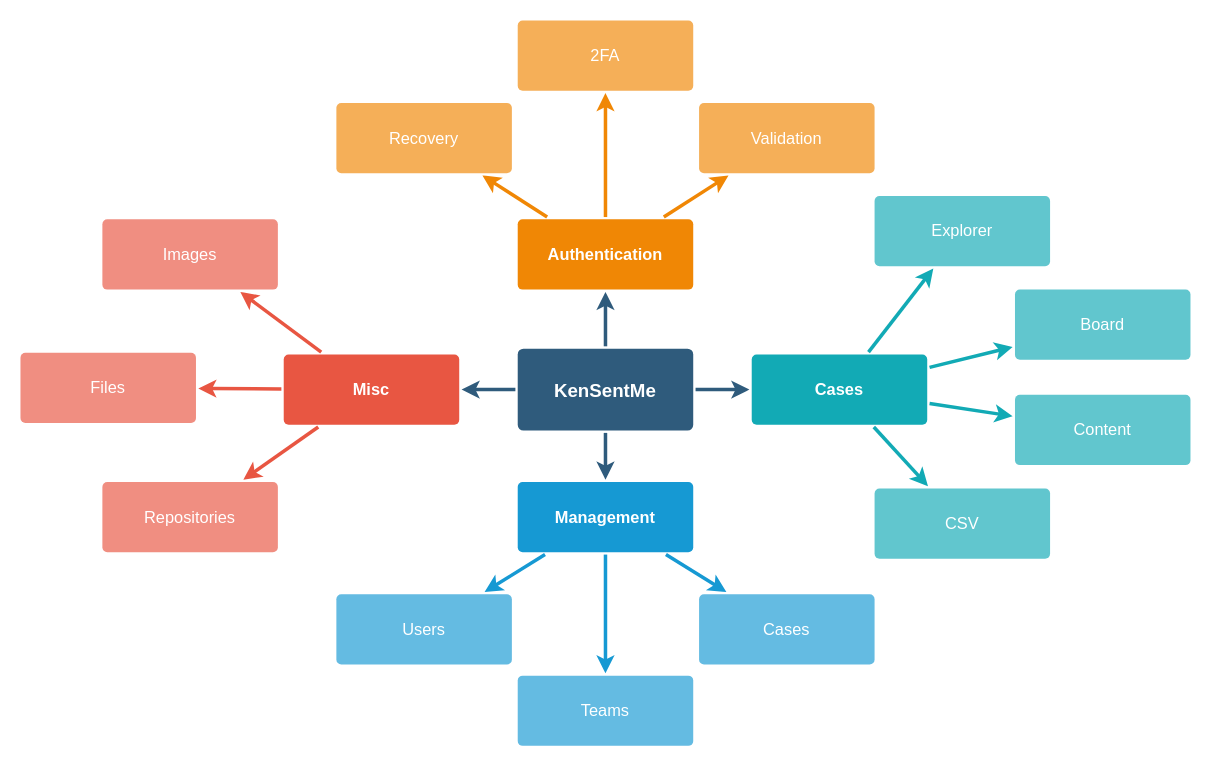
xQsme/report-MCIF keeps this draw.io diagram as imgs/services.drawio. Above is the earlier version. Source tidied: cells renumbered, new cells numbered last; positions are measured from the earlier drawing's top-left corner, leaving out a move shared by most shapes. Both pictures are drawn from the tidied source at 117%, with x=0, y=0 at pixel (20, 20).
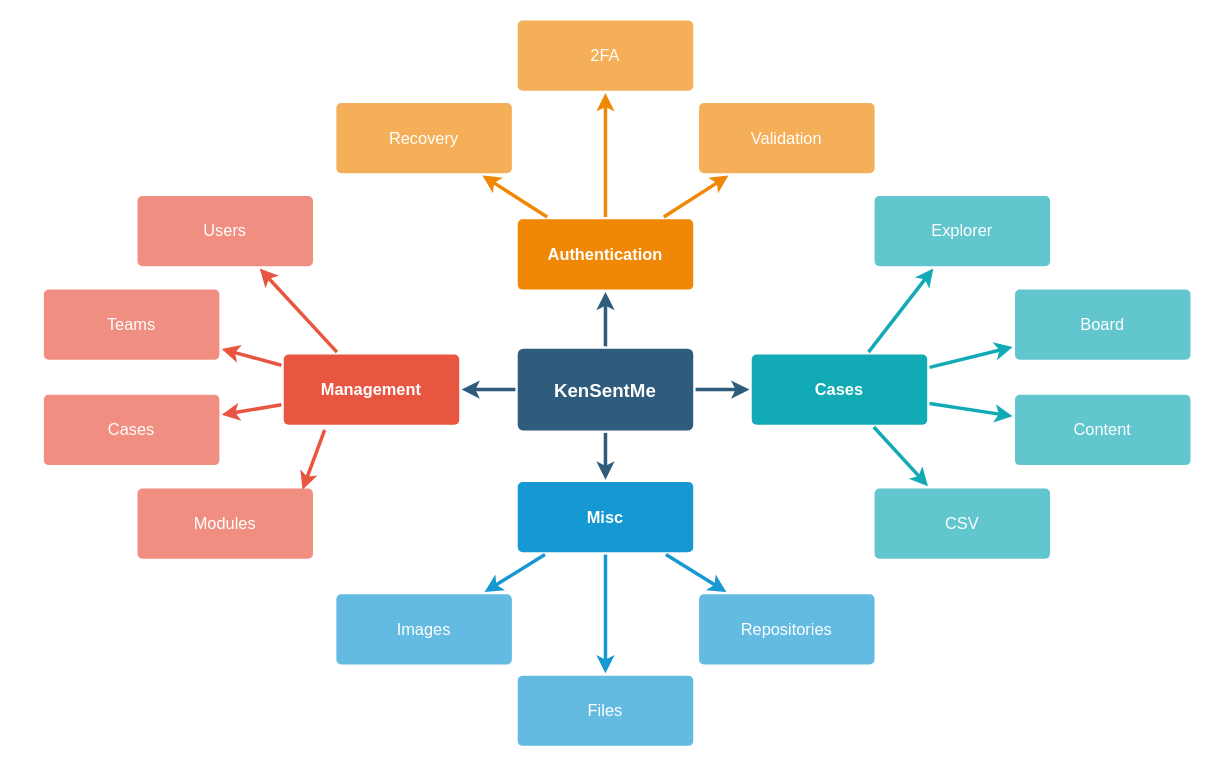
Above is the later version.

Commit message (it also covers changes not shown here):
updated services diagram

The edit, as a diff of the source:
```diff
@@
-    <mxCell id="10" value="Misc" style="rounded=1;whiteSpace=wrap;html=1;shadow=0;labelBackgroundColor=none;strokeColor=none;strokeWidth=3;fillColor=#e85642;fontFamily=Helvetica;fontSize=14;fontColor=#FFFFFF;align=center;spacing=5;fontStyle=1;arcSize=7;perimeterSpacing=2;" parent="1" vertex="1">
+    <mxCell id="10" value="Management" style="rounded=1;whiteSpace=wrap;html=1;shadow=0;labelBackgroundColor=none;strokeColor=none;strokeWidth=3;fillColor=#e85642;fontFamily=Helvetica;fontSize=14;fontColor=#FFFFFF;align=center;spacing=5;fontStyle=1;arcSize=7;perimeterSpacing=2;" parent="1" vertex="1">
       <mxGeometry x="225" y="285.5" width="150" height="60" as="geometry" />
     </mxCell>
-    <mxCell id="11" value="Repositories" style="rounded=1;whiteSpace=wrap;html=1;shadow=0;labelBackgroundColor=none;strokeColor=none;strokeWidth=3;fillColor=#f08e81;fontFamily=Helvetica;fontSize=14;fontColor=#FFFFFF;align=center;spacing=5;fontStyle=0;arcSize=7;perimeterSpacing=2;" parent="1" vertex="1">
-      <mxGeometry x="70" y="394.5" width="150" height="60" as="geometry" />
+    <mxCell id="11" value="Cases" style="rounded=1;whiteSpace=wrap;html=1;shadow=0;labelBackgroundColor=none;strokeColor=none;strokeWidth=3;fillColor=#f08e81;fontFamily=Helvetica;fontSize=14;fontColor=#FFFFFF;align=center;spacing=5;fontStyle=0;arcSize=7;perimeterSpacing=2;" parent="1" vertex="1">
+      <mxGeometry x="20" y="320" width="150" height="60" as="geometry" />
     </mxCell>
-    <mxCell id="12" value="Files" style="rounded=1;whiteSpace=wrap;html=1;shadow=0;labelBackgroundColor=none;strokeColor=none;strokeWidth=3;fillColor=#f08e81;fontFamily=Helvetica;fontSize=14;fontColor=#FFFFFF;align=center;spacing=5;fontStyle=0;arcSize=7;perimeterSpacing=2;" parent="1" vertex="1">
-      <mxGeometry y="284" width="150" height="60" as="geometry" />
+    <mxCell id="12" value="Teams" style="rounded=1;whiteSpace=wrap;html=1;shadow=0;labelBackgroundColor=none;strokeColor=none;strokeWidth=3;fillColor=#f08e81;fontFamily=Helvetica;fontSize=14;fontColor=#FFFFFF;align=center;spacing=5;fontStyle=0;arcSize=7;perimeterSpacing=2;" parent="1" vertex="1">
+      <mxGeometry x="20" y="230" width="150" height="60" as="geometry" />
     </mxCell>
-    <mxCell id="13" value="Images" style="rounded=1;whiteSpace=wrap;html=1;shadow=0;labelBackgroundColor=none;strokeColor=none;strokeWidth=3;fillColor=#f08e81;fontFamily=Helvetica;fontSize=14;fontColor=#FFFFFF;align=center;spacing=5;fontStyle=0;arcSize=7;perimeterSpacing=2;" parent="1" vertex="1">
-      <mxGeometry x="70" y="170" width="150" height="60" as="geometry" />
+    <mxCell id="13" value="Users" style="rounded=1;whiteSpace=wrap;html=1;shadow=0;labelBackgroundColor=none;strokeColor=none;strokeWidth=3;fillColor=#f08e81;fontFamily=Helvetica;fontSize=14;fontColor=#FFFFFF;align=center;spacing=5;fontStyle=0;arcSize=7;perimeterSpacing=2;" parent="1" vertex="1">
+      <mxGeometry x="100" y="150" width="150" height="60" as="geometry" />
     </mxCell>
@@
-    <mxCell id="17" value="Management" style="rounded=1;whiteSpace=wrap;html=1;shadow=0;labelBackgroundColor=none;strokeColor=none;strokeWidth=3;fillColor=#1699d3;fontFamily=Helvetica;fontSize=14;fontColor=#FFFFFF;align=center;spacing=5;fontStyle=1;arcSize=7;perimeterSpacing=2;" parent="1" vertex="1">
+    <mxCell id="17" value="Misc" style="rounded=1;whiteSpace=wrap;html=1;shadow=0;labelBackgroundColor=none;strokeColor=none;strokeWidth=3;fillColor=#1699d3;fontFamily=Helvetica;fontSize=14;fontColor=#FFFFFF;align=center;spacing=5;fontStyle=1;arcSize=7;perimeterSpacing=2;" parent="1" vertex="1">
       <mxGeometry x="425" y="394.5" width="150" height="60" as="geometry" />
     </mxCell>
-    <mxCell id="18" value="&lt;div&gt;Cases&lt;/div&gt;" style="rounded=1;whiteSpace=wrap;html=1;shadow=0;labelBackgroundColor=none;strokeColor=none;strokeWidth=3;fillColor=#64bbe2;fontFamily=Helvetica;fontSize=14;fontColor=#FFFFFF;align=center;spacing=5;arcSize=7;perimeterSpacing=2;" parent="1" vertex="1">
+    <mxCell id="18" value="Repositories" style="rounded=1;whiteSpace=wrap;html=1;shadow=0;labelBackgroundColor=none;strokeColor=none;strokeWidth=3;fillColor=#64bbe2;fontFamily=Helvetica;fontSize=14;fontColor=#FFFFFF;align=center;spacing=5;arcSize=7;perimeterSpacing=2;" parent="1" vertex="1">
       <mxGeometry x="580" y="490.5" width="150" height="60" as="geometry" />
     </mxCell>
-    <mxCell id="19" value="Teams" style="rounded=1;whiteSpace=wrap;html=1;shadow=0;labelBackgroundColor=none;strokeColor=none;strokeWidth=3;fillColor=#64bbe2;fontFamily=Helvetica;fontSize=14;fontColor=#FFFFFF;align=center;spacing=5;arcSize=7;perimeterSpacing=2;" parent="1" vertex="1">
+    <mxCell id="19" value="Files" style="rounded=1;whiteSpace=wrap;html=1;shadow=0;labelBackgroundColor=none;strokeColor=none;strokeWidth=3;fillColor=#64bbe2;fontFamily=Helvetica;fontSize=14;fontColor=#FFFFFF;align=center;spacing=5;arcSize=7;perimeterSpacing=2;" parent="1" vertex="1">
       <mxGeometry x="425" y="560" width="150" height="60" as="geometry" />
     </mxCell>
-    <mxCell id="20" value="Users" style="rounded=1;whiteSpace=wrap;html=1;shadow=0;labelBackgroundColor=none;strokeColor=none;strokeWidth=3;fillColor=#64bbe2;fontFamily=Helvetica;fontSize=14;fontColor=#FFFFFF;align=center;spacing=5;arcSize=7;perimeterSpacing=2;" parent="1" vertex="1">
+    <mxCell id="20" value="&lt;div&gt;Images&lt;/div&gt;" style="rounded=1;whiteSpace=wrap;html=1;shadow=0;labelBackgroundColor=none;strokeColor=none;strokeWidth=3;fillColor=#64bbe2;fontFamily=Helvetica;fontSize=14;fontColor=#FFFFFF;align=center;spacing=5;arcSize=7;perimeterSpacing=2;" parent="1" vertex="1">
       <mxGeometry x="270" y="490.5" width="150" height="60" as="geometry" />
     </mxCell>
@@
+    <mxCell id="37" value="&lt;div&gt;Modules&lt;/div&gt;" style="rounded=1;whiteSpace=wrap;html=1;shadow=0;labelBackgroundColor=none;strokeColor=none;strokeWidth=3;fillColor=#f08e81;fontFamily=Helvetica;fontSize=14;fontColor=#FFFFFF;align=center;spacing=5;fontStyle=0;arcSize=7;perimeterSpacing=2;" parent="1" vertex="1">
+      <mxGeometry x="100" y="400" width="150" height="60" as="geometry" />
+    </mxCell>
+    <mxCell id="38" style="edgeStyle=none;rounded=1;jumpStyle=none;html=1;shadow=0;labelBackgroundColor=none;startArrow=none;startFill=0;jettySize=auto;strokeColor=#E85642;strokeWidth=3;fontFamily=Helvetica;fontSize=14;fontColor=#FFFFFF;spacing=5;fontStyle=1;fillColor=#b0e3e6;entryX=0.929;entryY=0.047;entryDx=0;entryDy=0;entryPerimeter=0;" parent="1" edge="1" target="37">
+      <mxGeometry relative="1" as="geometry">
+        <mxPoint x="260" y="350" as="sourcePoint" />
+      </mxGeometry>
+    </mxCell>
```
